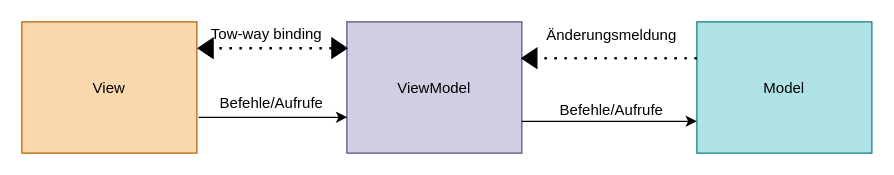
Earlier version of the draw.io diagram MVVM Design.drawio (gitfarah/Schule-Website-Projekt). Source tidied: cells renumbered, new cells numbered last; positions are measured from the earlier drawing's top-left corner, leaving out a move shared by most shapes. Both pictures are drawn from the tidied source at 125%, with x=0, y=0 at pixel (21, 21).
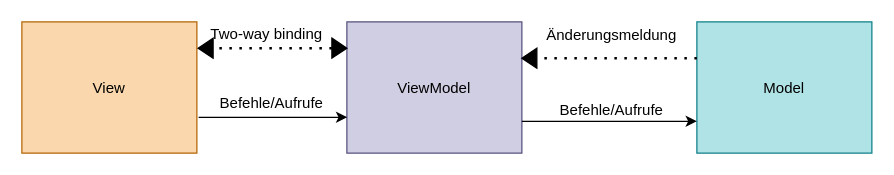
The same diagram, later.

What changed in the source:
```diff
@@
 <mxGraphModel>
   <root>
     <mxCell id="0" />
     <mxCell id="1" parent="0" />
     <mxCell id="2" value="ViewModel" style="rounded=0;whiteSpace=wrap;html=1;fillColor=#d0cee2;strokeColor=#56517e;" parent="1" vertex="1">
       <mxGeometry x="260" width="140" height="105" as="geometry" />
     </mxCell>
     <mxCell id="3" value="View" style="rounded=0;whiteSpace=wrap;html=1;fillColor=#fad7ac;strokeColor=#b46504;" parent="1" vertex="1">
       <mxGeometry width="140" height="105" as="geometry" />
     </mxCell>
     <mxCell id="4" value="Model" style="rounded=0;whiteSpace=wrap;html=1;fillColor=#b0e3e6;strokeColor=#0e8088;" parent="1" vertex="1">
       <mxGeometry x="540" width="140" height="105" as="geometry" />
     </mxCell>
     <mxCell id="5" style="endArrow=classic;html=1;exitX=1.01;exitY=0.803;exitDx=0;exitDy=0;exitPerimeter=0;entryX=0.002;entryY=0.727;entryDx=0;entryDy=0;entryPerimeter=0;" parent="1" edge="1" target="2">
       <mxGeometry relative="1" as="geometry">
         <mxPoint x="141.4" y="76.3" as="sourcePoint" />
       </mxGeometry>
     </mxCell>
     <mxCell id="6" style="endArrow=none;dashed=1;html=1;dashPattern=1 3;strokeWidth=2;exitX=0;exitY=0.105;exitDx=0;exitDy=0;entryX=0;entryY=0.5;entryDx=0;entryDy=0;exitPerimeter=0;" parent="1" edge="1" target="7">
       <mxGeometry relative="1" as="geometry">
         <mxPoint x="540" y="29" as="sourcePoint" />
       </mxGeometry>
     </mxCell>
     <mxCell id="7" style="triangle;whiteSpace=wrap;html=1;fillColor=#000000;direction=west;" parent="1" vertex="1">
       <mxGeometry x="400" y="21" width="12" height="16" as="geometry" />
     </mxCell>
     <mxCell id="8" style="endArrow=classic;html=1;entryX=0;entryY=0.5;entryDx=0;entryDy=0;exitX=1;exitY=0.5;exitDx=0;exitDy=0;" parent="1" edge="1">
       <mxGeometry relative="1" as="geometry">
         <mxPoint x="400" y="79.5" as="sourcePoint" />
         <mxPoint x="540" y="79.5" as="targetPoint" />
       </mxGeometry>
     </mxCell>
-    <mxCell id="9" value="Tow-way binding" style="text;html=1;strokeColor=none;fillColor=none;align=center;verticalAlign=middle;whiteSpace=wrap;rounded=0;" parent="1" vertex="1">
+    <mxCell id="9" value="Two-way binding" style="text;html=1;strokeColor=none;fillColor=none;align=center;verticalAlign=middle;whiteSpace=wrap;rounded=0;" parent="1" vertex="1">
       <mxGeometry x="141" width="110" height="20" as="geometry" />
     </mxCell>
     <mxCell id="10" style="endArrow=none;dashed=1;html=1;dashPattern=1 3;strokeWidth=2;entryX=0;entryY=0.5;entryDx=0;entryDy=0;exitX=0;exitY=0.5;exitDx=0;exitDy=0;" parent="1" edge="1" source="14" target="11">
       <mxGeometry relative="1" as="geometry" />
     </mxCell>
     <mxCell id="11" style="triangle;whiteSpace=wrap;html=1;fillColor=#000000;direction=west;" parent="1" vertex="1">
       <mxGeometry x="141" y="13" width="12" height="16" as="geometry" />
     </mxCell>
     <mxCell id="12" value="Befehle/Aufrufe" style="text;html=1;strokeColor=none;fillColor=none;align=center;verticalAlign=middle;whiteSpace=wrap;rounded=0;" parent="1" vertex="1">
       <mxGeometry x="412" y="61" width="120" height="20" as="geometry" />
     </mxCell>
     <mxCell id="13" value="Befehle/Aufrufe" style="text;html=1;strokeColor=none;fillColor=none;align=center;verticalAlign=middle;whiteSpace=wrap;rounded=0;" parent="1" vertex="1">
       <mxGeometry x="180" y="55" width="40" height="20" as="geometry" />
     </mxCell>
     <mxCell id="14" style="triangle;whiteSpace=wrap;html=1;fillColor=#000000;direction=east;" parent="1" vertex="1">
       <mxGeometry x="248" y="13" width="12" height="16" as="geometry" />
     </mxCell>
     <mxCell id="15" value="Änderungsmeldung" style="text;html=1;strokeColor=none;fillColor=none;align=center;verticalAlign=middle;whiteSpace=wrap;rounded=0;" parent="1" vertex="1">
       <mxGeometry x="452" y="1" width="40" height="20" as="geometry" />
     </mxCell>
   </root>
 </mxGraphModel>
```
